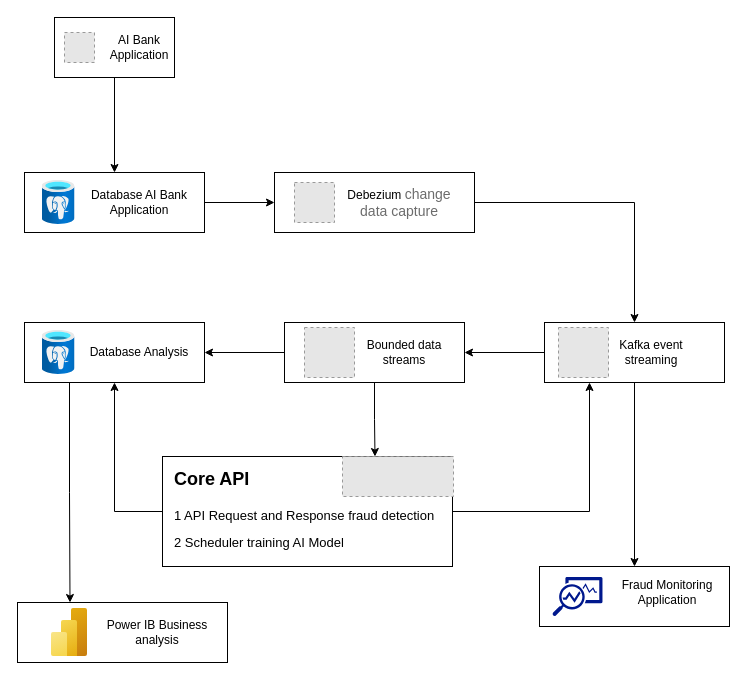
Earlier version of the draw.io diagram AI_Detection_Fraud_Flow.drawio (openoneapp/fraud_detection_pipline). Source tidied: cells renumbered, new cells numbered last; positions are measured from the earlier drawing's top-left corner, leaving out a move shared by most shapes. Both pictures are drawn from the tidied source at 100%, with x=0, y=0 at pixel (17, 17). Pictures stored in the file or linked from it are replaced by grey dashed boxes.
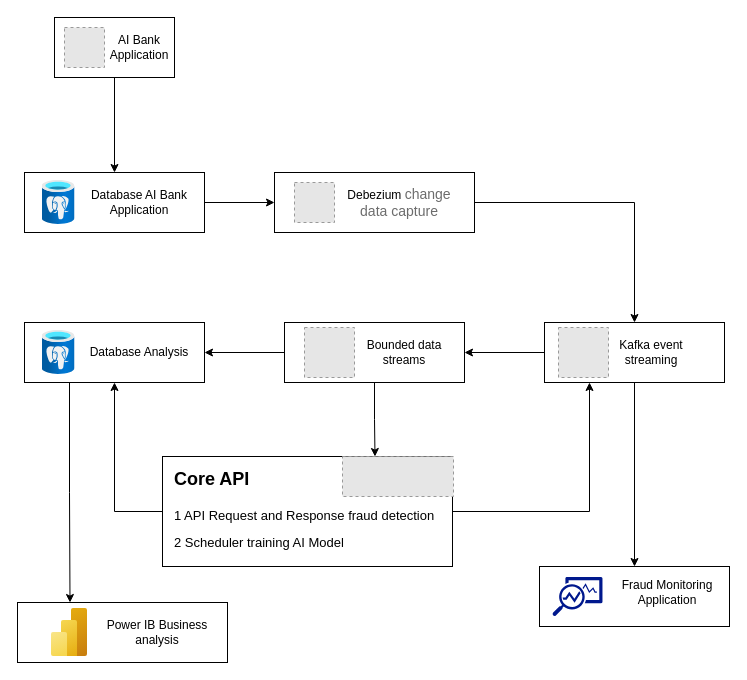
The same diagram, later.

The change refers to these unchanged cells:
```xml
<mxCell id="2" style="group;fillColor=#d5e8d4;strokeColor=#82b366;" parent="1" vertex="1">
  <mxGeometry x="37" width="120" height="60" as="geometry" />
</mxCell>
```

Diff of the diagram source:
```diff
@@
-    <mxCell id="4" style="fillColor=#E6E6E6;strokeColor=#999999;dashed=1;html=1;verticalAlign=top;verticalLabelPosition=bottom;labelBackgroundColor=#ffffff;" parent="2" vertex="1">
-      <mxGeometry x="10" y="15" width="30" height="30" as="geometry" />
-    </mxCell>
@@
+    <mxCell id="48" style="fillColor=#E6E6E6;strokeColor=#999999;dashed=1;verticalLabelPosition=bottom;labelBackgroundColor=default;verticalAlign=top;" parent="2" vertex="1">
+      <mxGeometry x="10" y="10" width="40" height="40" as="geometry" />
+    </mxCell>
```
